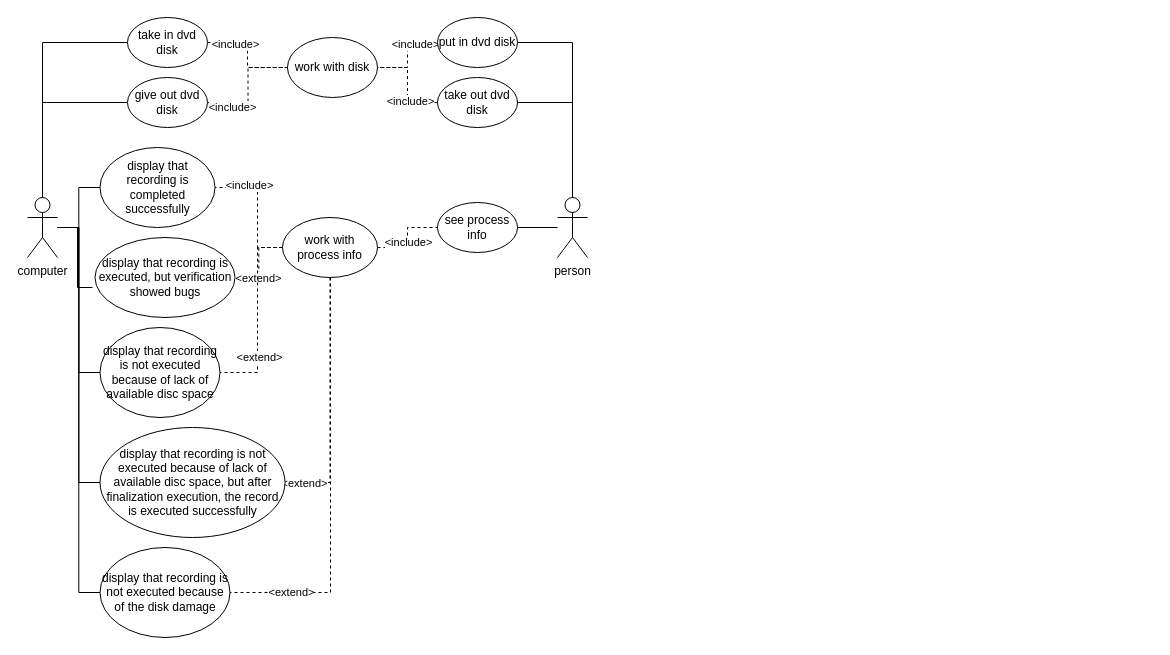
peerpressurre/diagrams keeps this draw.io diagram as Untitled Diagram.drawio. Above is the earlier version. Source tidied: cells renumbered, new cells numbered last; positions are measured from the earlier drawing's top-left corner, leaving out a move shared by most shapes. Both pictures are drawn from the tidied source at 100%, with x=0, y=0 at pixel (27, 17).
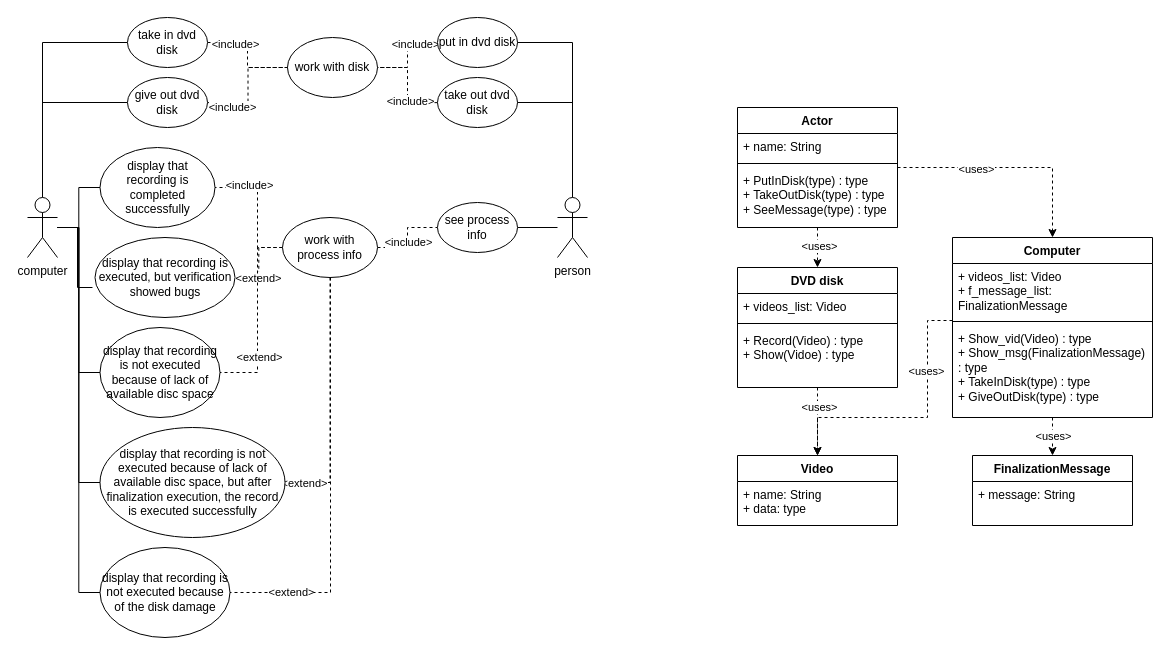
Above is the later version.

What changed in the source:
```diff
@@
+    <mxCell id="46" style="edgeStyle=orthogonalEdgeStyle;rounded=0;jettySize=auto;html=1;entryX=0.5;entryY=0;entryDx=0;entryDy=0;dashed=1;" parent="1" edge="1" source="48" target="52">
+      <mxGeometry relative="1" as="geometry" />
+    </mxCell>
+    <mxCell id="47" value="&amp;lt;uses&amp;gt;" style="edgeLabel;html=1;align=center;verticalAlign=middle;" parent="46" vertex="1">
+      <mxGeometry x="-0.08" y="1" relative="1" as="geometry">
+        <mxPoint y="-12" as="offset" />
+      </mxGeometry>
+    </mxCell>
+    <mxCell id="48" value="DVD disk" style="swimlane;fontStyle=1;align=center;verticalAlign=top;horizontal=1;startSize=26;whiteSpace=wrap;html=1;" parent="1" vertex="1">
+      <mxGeometry x="710" y="250" width="160" height="120" as="geometry" />
+    </mxCell>
+    <mxCell id="49" value="+ videos_list: Video" style="text;strokeColor=none;fillColor=none;align=left;verticalAlign=top;spacingLeft=4;spacingRight=4;overflow=hidden;whiteSpace=wrap;html=1;" parent="48" vertex="1">
+      <mxGeometry y="26" width="160" height="26" as="geometry" />
+    </mxCell>
+    <mxCell id="50" style="line;strokeWidth=1;fillColor=none;align=left;verticalAlign=middle;spacingTop=-1;spacingLeft=3;spacingRight=3;labelPosition=right;strokeColor=inherit;" parent="48" vertex="1">
+      <mxGeometry y="52" width="160" height="8" as="geometry" />
+    </mxCell>
+    <mxCell id="51" value="+ Record(Video) : type&lt;br&gt;+ Show(Vidoe) : type" style="text;strokeColor=none;fillColor=none;align=left;verticalAlign=top;spacingLeft=4;spacingRight=4;overflow=hidden;whiteSpace=wrap;html=1;" parent="48" vertex="1">
+      <mxGeometry y="60" width="160" height="60" as="geometry" />
+    </mxCell>
+    <mxCell id="52" value="Video" style="swimlane;fontStyle=1;align=center;verticalAlign=top;horizontal=1;startSize=26;whiteSpace=wrap;html=1;" parent="1" vertex="1">
+      <mxGeometry x="710" y="438" width="160" height="70" as="geometry" />
+    </mxCell>
+    <mxCell id="53" value="+ name: String&lt;br&gt;+ data: type" style="text;strokeColor=none;fillColor=none;align=left;verticalAlign=top;spacingLeft=4;spacingRight=4;overflow=hidden;whiteSpace=wrap;html=1;" parent="52" vertex="1">
+      <mxGeometry y="26" width="160" height="44" as="geometry" />
+    </mxCell>
+    <mxCell id="54" style="edgeStyle=orthogonalEdgeStyle;rounded=0;jettySize=auto;html=1;entryX=0.5;entryY=0;entryDx=0;entryDy=0;dashed=1;" parent="1" edge="1" source="58" target="62">
+      <mxGeometry relative="1" as="geometry" />
+    </mxCell>
+    <mxCell id="55" value="&amp;lt;uses&amp;gt;" style="edgeLabel;html=1;align=center;verticalAlign=middle;" parent="54" vertex="1">
+      <mxGeometry x="-0.15" relative="1" as="geometry" />
+    </mxCell>
+    <mxCell id="56" style="edgeStyle=orthogonalEdgeStyle;rounded=0;jettySize=auto;html=1;entryX=0.5;entryY=0;entryDx=0;entryDy=0;exitX=0;exitY=0.5;exitDx=0;exitDy=0;dashed=1;" parent="1" edge="1" source="59" target="52">
+      <mxGeometry relative="1" as="geometry">
+        <Array as="points">
+          <mxPoint x="900" y="303" />
+          <mxPoint x="900" y="400" />
+          <mxPoint x="790" y="400" />
+        </Array>
+      </mxGeometry>
+    </mxCell>
+    <mxCell id="57" value="&amp;lt;uses&amp;gt;" style="edgeLabel;html=1;align=center;verticalAlign=middle;" parent="56" vertex="1">
+      <mxGeometry x="-0.3" y="-2" relative="1" as="geometry" />
+    </mxCell>
+    <mxCell id="58" value="Computer" style="swimlane;fontStyle=1;align=center;verticalAlign=top;horizontal=1;startSize=26;whiteSpace=wrap;html=1;" parent="1" vertex="1">
+      <mxGeometry x="925" y="220" width="200" height="180" as="geometry" />
+    </mxCell>
+    <mxCell id="59" value="+ videos_list: Video&lt;br&gt;+ f_message_list:&amp;nbsp;&lt;br&gt;FinalizationMessage" style="text;strokeColor=none;fillColor=none;align=left;verticalAlign=top;spacingLeft=4;spacingRight=4;overflow=hidden;points=[[0,0.5],[1,0.5]];portConstraint=eastwest;whiteSpace=wrap;html=1;" parent="58" vertex="1">
+      <mxGeometry y="26" width="200" height="54" as="geometry" />
+    </mxCell>
+    <mxCell id="60" style="line;strokeWidth=1;fillColor=none;align=left;verticalAlign=middle;spacingTop=-1;spacingLeft=3;spacingRight=3;labelPosition=right;strokeColor=inherit;" parent="58" vertex="1">
+      <mxGeometry y="80" width="200" height="8" as="geometry" />
+    </mxCell>
+    <mxCell id="61" value="+ Show_vid(Video) : type&lt;br&gt;+ Show_msg(FinalizationMessage) : type&lt;br&gt;+ TakeInDisk(type) : type&lt;br&gt;+ GiveOutDisk(type) : type" style="text;strokeColor=none;fillColor=none;align=left;verticalAlign=top;spacingLeft=4;spacingRight=4;overflow=hidden;whiteSpace=wrap;html=1;" parent="58" vertex="1">
+      <mxGeometry y="88" width="200" height="92" as="geometry" />
+    </mxCell>
+    <mxCell id="62" value="FinalizationMessage" style="swimlane;fontStyle=1;align=center;verticalAlign=top;horizontal=1;startSize=26;whiteSpace=wrap;html=1;" parent="1" vertex="1">
+      <mxGeometry x="945" y="438" width="160" height="70" as="geometry" />
+    </mxCell>
+    <mxCell id="63" value="+ message: String" style="text;strokeColor=none;fillColor=none;align=left;verticalAlign=top;spacingLeft=4;spacingRight=4;overflow=hidden;whiteSpace=wrap;html=1;" parent="62" vertex="1">
+      <mxGeometry y="26" width="160" height="44" as="geometry" />
+    </mxCell>
+    <mxCell id="64" style="edgeStyle=orthogonalEdgeStyle;rounded=0;jettySize=auto;html=1;entryX=0.5;entryY=0;entryDx=0;entryDy=0;dashed=1;" parent="1" edge="1" source="68" target="48">
+      <mxGeometry relative="1" as="geometry" />
+    </mxCell>
+    <mxCell id="65" value="&amp;lt;uses&amp;gt;" style="edgeLabel;html=1;align=center;verticalAlign=middle;" parent="64" vertex="1">
+      <mxGeometry x="-0.08" y="1" relative="1" as="geometry" />
+    </mxCell>
+    <mxCell id="66" style="edgeStyle=orthogonalEdgeStyle;rounded=0;jettySize=auto;html=1;entryX=0.5;entryY=0;entryDx=0;entryDy=0;dashed=1;" parent="1" edge="1" source="68" target="58">
+      <mxGeometry relative="1" as="geometry" />
+    </mxCell>
+    <mxCell id="67" value="&amp;lt;uses&amp;gt;" style="edgeLabel;html=1;align=center;verticalAlign=middle;" parent="66" vertex="1">
+      <mxGeometry x="-0.31" y="-1" relative="1" as="geometry" />
+    </mxCell>
+    <mxCell id="68" value="Actor" style="swimlane;fontStyle=1;align=center;verticalAlign=top;horizontal=1;startSize=26;whiteSpace=wrap;html=1;" parent="1" vertex="1">
+      <mxGeometry x="710" y="90" width="160" height="120" as="geometry" />
+    </mxCell>
+    <mxCell id="69" value="+ name: String" style="text;strokeColor=none;fillColor=none;align=left;verticalAlign=top;spacingLeft=4;spacingRight=4;overflow=hidden;whiteSpace=wrap;html=1;" parent="68" vertex="1">
+      <mxGeometry y="26" width="160" height="26" as="geometry" />
+    </mxCell>
+    <mxCell id="70" style="line;strokeWidth=1;fillColor=none;align=left;verticalAlign=middle;spacingTop=-1;spacingLeft=3;spacingRight=3;labelPosition=right;strokeColor=inherit;" parent="68" vertex="1">
+      <mxGeometry y="52" width="160" height="8" as="geometry" />
+    </mxCell>
+    <mxCell id="71" value="+ PutInDisk(type) : type&lt;br&gt;+ TakeOutDisk(type) : type&lt;br&gt;+ SeeMessage(type) : type" style="text;strokeColor=none;fillColor=none;align=left;verticalAlign=top;spacingLeft=4;spacingRight=4;overflow=hidden;whiteSpace=wrap;html=1;" parent="68" vertex="1">
+      <mxGeometry y="60" width="160" height="60" as="geometry" />
+    </mxCell>
```
